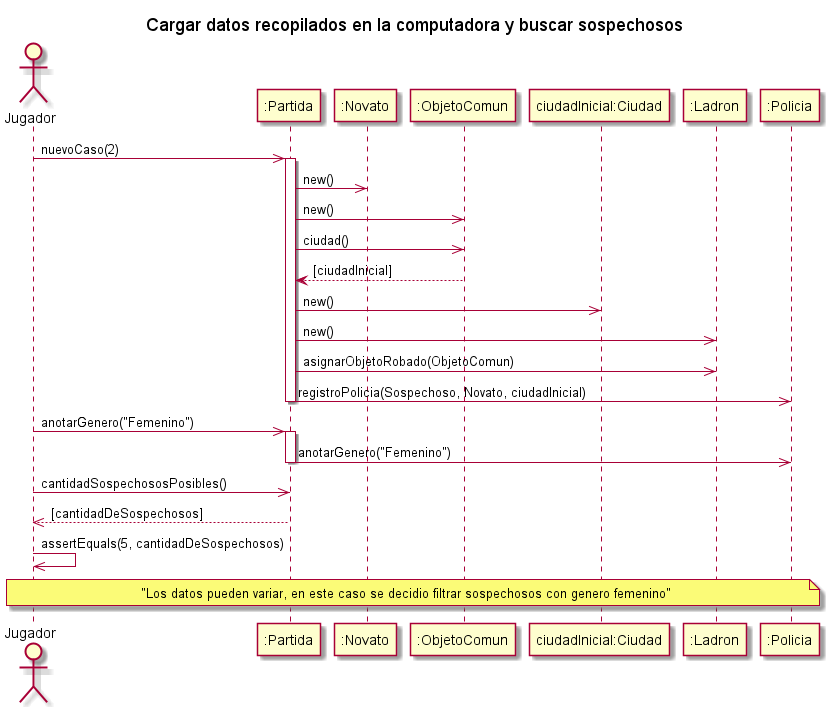
Earlier version of the PlantUML export diagrams/sequences/entrega2/DS_CargarDatosEnComputadoraYBuscarSospechosos.png (kmu01/Algo3_tp2).
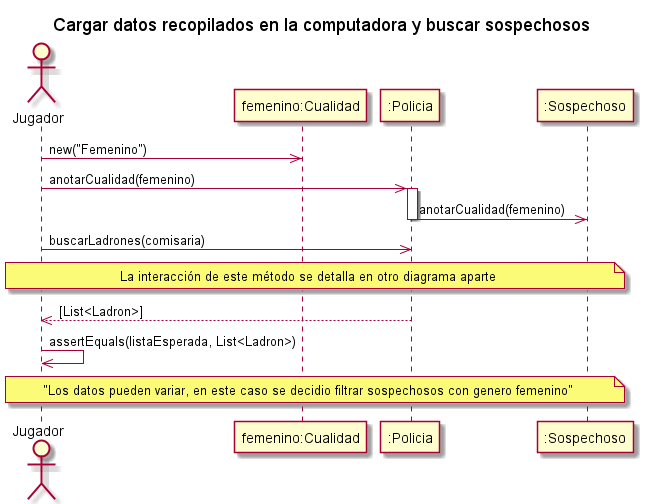
The same file after the commit.

Change to the diagram source:
```diff
@@ -2,32 +2,21 @@
 title Cargar datos recopilados en la computadora y buscar sospechosos
 
 actor "Jugador" as AlgoThief
-participant ":Partida" as Partida
-participant ":Novato" as Grado
-participant ":ObjetoComun" as ObjetoRobado
-participant "ciudadInicial:Ciudad" as Ciudad
-participant ":Ladron" as Ladron
+participant "femenino:Cualidad" as Cualidad
 participant ":Policia" as Policia
+participant ":Sospechoso" as Sospechoso
 
-AlgoThief ->> Partida : nuevoCaso(2)
-activate Partida
-    Partida ->> Grado : new()
-    Partida ->> ObjetoRobado : new()
-    Partida ->> ObjetoRobado : ciudad()
-    ObjetoRobado --> Partida : [ciudadInicial]
-    Partida ->> Ciudad : new()
-    Partida ->> Ladron : new()
-    Partida ->> Ladron : asignarObjetoRobado(ObjetoComun)
-    Partida ->> Policia : registroPolicia(Sospechoso, Novato, ciudadInicial)
-deactivate Partida
+AlgoThief ->> Cualidad : new("Femenino")
 
-AlgoThief ->> Partida : anotarGenero("Femenino")
-activate Partida
-Partida ->> Policia : anotarGenero("Femenino")
-deactivate Partida
-AlgoThief ->> Partida : cantidadSospechososPosibles()
-return[cantidadDeSospechosos]
-AlgoThief ->> AlgoThief : assertEquals(5, cantidadDeSospechosos)
+AlgoThief ->> Policia : anotarCualidad(femenino)
+activate Policia
+Policia ->> Sospechoso : anotarCualidad(femenino)
+deactivate Policia
+
+AlgoThief ->> Policia : buscarLadrones(comisaria)
+note across : La interacción de este método se detalla en otro diagrama aparte
+return[List<Ladron>]
+AlgoThief ->> AlgoThief : assertEquals(listaEsperada, List<Ladron>)
 
 note across: "Los datos pueden variar, en este caso se decidio filtrar sospechosos con genero femenino"
 
```
